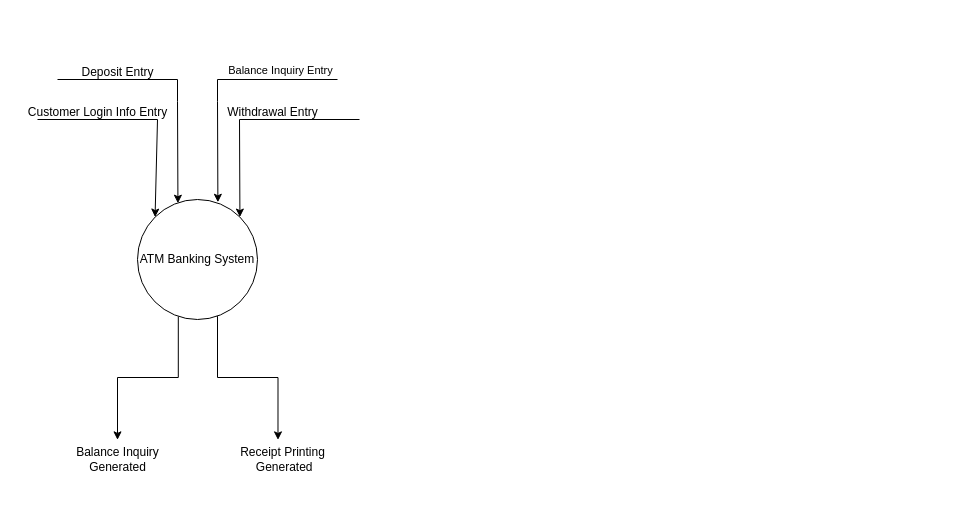
Before: Projects/DFD.drawio in N0Obitaz/DrawIODiagrams, a draw.io diagram. Source tidied: cells renumbered, new cells numbered last; positions are measured from the earlier drawing's top-left corner, leaving out a move shared by most shapes. Both pictures are drawn from the tidied source at 100%, with x=0, y=0 at pixel (17, 57).
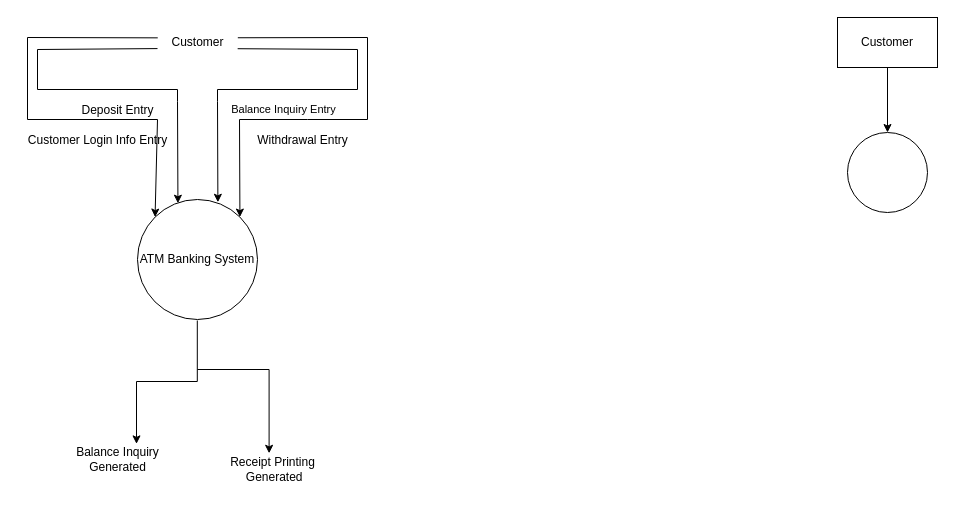
After the change.

The change refers to these unchanged cells:
```xml
<mxCell id="3" value="ATM Banking System" style="shape=ellipse;html=1;dashed=0;whiteSpace=wrap;perimeter=ellipsePerimeter;" parent="1" vertex="1">
  <mxGeometry x="120" y="142" width="120" height="120" as="geometry" />
</mxCell>
<mxCell id="14" value="Balance Inquiry&lt;div&gt;Generated&lt;/div&gt;" style="text;html=1;align=center;verticalAlign=middle;points=[];strokeColor=none;fillColor=none;" parent="1" vertex="1">
  <mxGeometry x="45" y="382" width="110" height="40" as="geometry" />
</mxCell>
```

Diff of the diagram source:
```diff
@@
-    <mxCell id="2" style="edgeStyle=orthogonalEdgeStyle;rounded=0;jettySize=auto;html=1;exitX=0.657;exitY=0.972;exitDx=0;exitDy=0;exitPerimeter=0;entryX=0.459;entryY=0.01;entryDx=0;entryDy=0;entryPerimeter=0;" parent="1" edge="1" source="3" target="12">
+    <mxCell id="2" style="edgeStyle=orthogonalEdgeStyle;rounded=0;orthogonalLoop=1;jettySize=auto;html=1;entryX=0.459;entryY=0.01;entryDx=0;entryDy=0;entryPerimeter=0;" parent="1" edge="1">
       <mxGeometry relative="1" as="geometry">
+        <mxPoint x="180" y="312" as="sourcePoint" />
+        <mxPoint x="251.6" y="395.8" as="targetPoint" />
         <Array as="points">
-          <mxPoint x="200" y="259" />
-          <mxPoint x="200" y="320" />
-          <mxPoint x="260" y="320" />
-          <mxPoint x="260" y="382" />
+          <mxPoint x="251" y="312" />
+          <mxPoint x="251" y="396" />
         </Array>
       </mxGeometry>
     </mxCell>
@@
-    <mxCell id="4" style="endArrow=classic;html=1;rounded=0;entryX=0;entryY=0;entryDx=0;entryDy=0;" parent="1" edge="1" target="3">
+    <mxCell id="4" style="endArrow=classic;html=1;rounded=0;entryX=0;entryY=0;entryDx=0;entryDy=0;exitX=0.003;exitY=0.345;exitDx=0;exitDy=0;exitPerimeter=0;" parent="1" edge="1" source="17" target="3">
       <mxGeometry relative="1" as="geometry">
-        <mxPoint x="20" y="62" as="sourcePoint" />
         <Array as="points">
+          <mxPoint x="10" y="-20" />
+          <mxPoint x="10" y="62" />
           <mxPoint x="140" y="62" />
         </Array>
       </mxGeometry>
     </mxCell>
     <mxCell id="5" value="Customer Login Info Entry" style="text;html=1;align=center;verticalAlign=middle;strokeColor=none;fillColor=none;" parent="1" vertex="1">
-      <mxGeometry y="40" width="160" height="30" as="geometry" />
+      <mxGeometry y="68" width="160" height="30" as="geometry" />
     </mxCell>
-    <mxCell id="6" style="endArrow=classic;html=1;rounded=0;entryX=1;entryY=0;entryDx=0;entryDy=0;" parent="1" edge="1" target="3">
+    <mxCell id="6" style="endArrow=classic;html=1;rounded=0;entryX=1;entryY=0;entryDx=0;entryDy=0;exitX=1.004;exitY=0.342;exitDx=0;exitDy=0;exitPerimeter=0;" parent="1" edge="1" source="17" target="3">
       <mxGeometry relative="1" as="geometry">
-        <mxPoint x="342" y="62" as="sourcePoint" />
         <Array as="points">
+          <mxPoint x="350" y="-20" />
+          <mxPoint x="350" y="62" />
+          <mxPoint x="290" y="62" />
           <mxPoint x="222" y="62" />
         </Array>
       </mxGeometry>
     </mxCell>
     <mxCell id="7" value="Withdrawal Entry" style="text;html=1;align=center;verticalAlign=middle;strokeColor=none;fillColor=none;" parent="1" vertex="1">
-      <mxGeometry x="200" y="40" width="110" height="30" as="geometry" />
+      <mxGeometry x="230" y="68" width="110" height="30" as="geometry" />
     </mxCell>
-    <mxCell id="8" style="endArrow=classic;html=1;rounded=0;entryX=0.337;entryY=0.031;entryDx=0;entryDy=0;entryPerimeter=0;" parent="1" edge="1" target="3">
+    <mxCell id="8" style="endArrow=classic;html=1;rounded=0;entryX=0.337;entryY=0.031;entryDx=0;entryDy=0;entryPerimeter=0;exitX=0;exitY=0.703;exitDx=0;exitDy=0;exitPerimeter=0;" parent="1" edge="1" source="17" target="3">
       <mxGeometry relative="1" as="geometry">
-        <mxPoint x="40" y="22" as="sourcePoint" />
         <Array as="points">
-          <mxPoint x="160" y="22" />
+          <mxPoint x="20" y="-8" />
+          <mxPoint x="20" y="32" />
+          <mxPoint x="160" y="32" />
           <mxPoint x="160" y="44" />
         </Array>
       </mxGeometry>
     </mxCell>
-    <mxCell id="9" style="endArrow=classic;html=1;rounded=0;entryX=0.67;entryY=0.023;entryDx=0;entryDy=0;entryPerimeter=0;" parent="1" edge="1" target="3">
+    <mxCell id="9" style="endArrow=classic;html=1;rounded=0;entryX=0.67;entryY=0.023;entryDx=0;entryDy=0;entryPerimeter=0;exitX=1.002;exitY=0.707;exitDx=0;exitDy=0;exitPerimeter=0;" parent="1" edge="1" source="17" target="3">
       <mxGeometry relative="1" as="geometry">
-        <mxPoint x="320" y="22" as="sourcePoint" />
         <Array as="points">
-          <mxPoint x="200" y="22" />
+          <mxPoint x="340" y="-8" />
+          <mxPoint x="340" y="32" />
+          <mxPoint x="200" y="32" />
           <mxPoint x="200" y="44" />
         </Array>
       </mxGeometry>
     </mxCell>
     <mxCell id="10" value="Balance Inquiry Entry" style="edgeLabel;html=1;align=center;verticalAlign=middle;" parent="9" vertex="1">
       <mxGeometry x="-0.52" y="-2" relative="1" as="geometry">
-        <mxPoint y="-8" as="offset" />
+        <mxPoint x="-54" y="58" as="offset" />
       </mxGeometry>
     </mxCell>
     <mxCell id="11" value="Deposit Entry" style="text;html=1;align=center;verticalAlign=middle;strokeColor=none;fillColor=none;" parent="1" vertex="1">
-      <mxGeometry x="50" width="100" height="30" as="geometry" />
+      <mxGeometry x="50" y="38" width="100" height="30" as="geometry" />
     </mxCell>
     <mxCell id="12" value="Receipt Printing&lt;div&gt;&amp;nbsp;Generated&lt;/div&gt;" style="text;html=1;align=center;verticalAlign=middle;points=[];strokeColor=none;fillColor=none;" parent="1" vertex="1">
-      <mxGeometry x="210" y="382" width="110" height="40" as="geometry" />
+      <mxGeometry x="200" y="392" width="110" height="40" as="geometry" />
     </mxCell>
-    <mxCell id="13" style="edgeStyle=orthogonalEdgeStyle;rounded=0;jettySize=auto;html=1;exitX=0.34;exitY=0.975;exitDx=0;exitDy=0;exitPerimeter=0;entryX=0.5;entryY=0.009;entryDx=0;entryDy=0;entryPerimeter=0;" parent="1" edge="1" source="3" target="14">
+    <mxCell id="13" style="edgeStyle=orthogonalEdgeStyle;rounded=0;orthogonalLoop=1;jettySize=auto;html=1;exitX=0.34;exitY=0.975;exitDx=0;exitDy=0;exitPerimeter=0;entryX=0.5;entryY=0.009;entryDx=0;entryDy=0;entryPerimeter=0;" parent="1" edge="1">
       <mxGeometry relative="1" as="geometry">
+        <mxPoint x="179.8" y="263" as="sourcePoint" />
+        <mxPoint x="119" y="386.4" as="targetPoint" />
         <Array as="points">
-          <mxPoint x="161" y="320" />
-          <mxPoint x="100" y="320" />
+          <mxPoint x="180" y="324" />
+          <mxPoint x="119" y="324" />
         </Array>
       </mxGeometry>
     </mxCell>
@@
+    <mxCell id="15" style="edgeStyle=orthogonalEdgeStyle;rounded=0;jettySize=auto;html=1;" parent="1" edge="1" source="16" target="18">
+      <mxGeometry relative="1" as="geometry" />
+    </mxCell>
+    <mxCell id="16" value="Customer" style="html=1;dashed=0;whiteSpace=wrap;" parent="1" vertex="1">
+      <mxGeometry x="820" y="-40" width="100" height="50" as="geometry" />
+    </mxCell>
+    <mxCell id="17" value="Customer" style="text;html=1;align=center;verticalAlign=middle;points=[];strokeColor=none;fillColor=none;" parent="1" vertex="1">
+      <mxGeometry x="140" y="-30" width="80" height="30" as="geometry" />
+    </mxCell>
+    <mxCell id="18" style="ellipse;whiteSpace=wrap;html=1;dashed=0;" parent="1" vertex="1">
+      <mxGeometry x="830" y="75" width="80" height="80" as="geometry" />
+    </mxCell>
```
